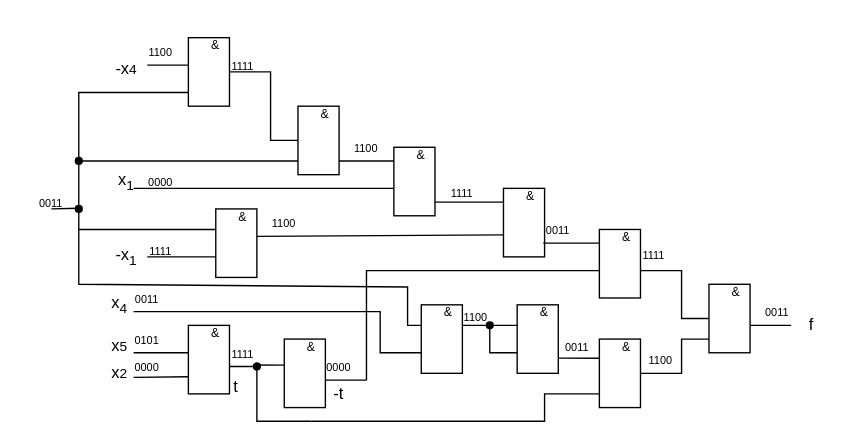
Above: page "МДНФуниверс" (3 of 7) of BulevBasisMDNF.drawio in Chelovecpauk/Some (draw.io), before the change. Source tidied: cells renumbered, new cells numbered last; positions are measured from the earlier drawing's top-left corner, leaving out a move shared by most shapes. Both pictures are drawn from the tidied source at 137%, with x=0, y=0 at pixel (23, 23).
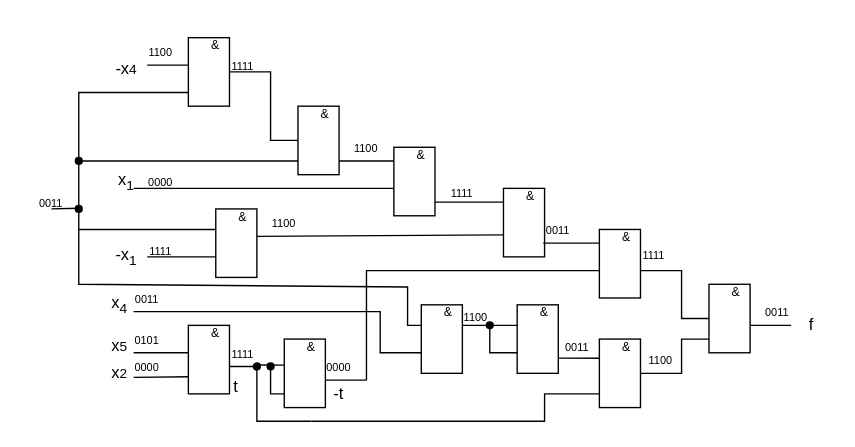
Above is the later version.

What changed in the source:
```diff
@@
+    <mxCell id="96" style="endArrow=none;html=1;rounded=0;startArrow=none;" parent="1" edge="1" source="98">
+      <mxGeometry relative="1" as="geometry">
+        <mxPoint x="190" y="270" as="targetPoint" />
+        <Array as="points">
+          <mxPoint x="180" y="270" />
+        </Array>
+      </mxGeometry>
+    </mxCell>
+    <mxCell id="97" style="endArrow=none;html=1;rounded=0;" parent="1" edge="1" target="98">
+      <mxGeometry relative="1" as="geometry">
+        <mxPoint x="180" y="250" as="sourcePoint" />
+      </mxGeometry>
+    </mxCell>
+    <mxCell id="98" style="shape=waypoint;sketch=0;fillStyle=solid;size=6;points=[];fillColor=none;perimeter=centerPerimeter;snapToPoint=1;" parent="1" vertex="1">
+      <mxGeometry x="170" y="240" width="20" height="20" as="geometry" />
+    </mxCell>
```
